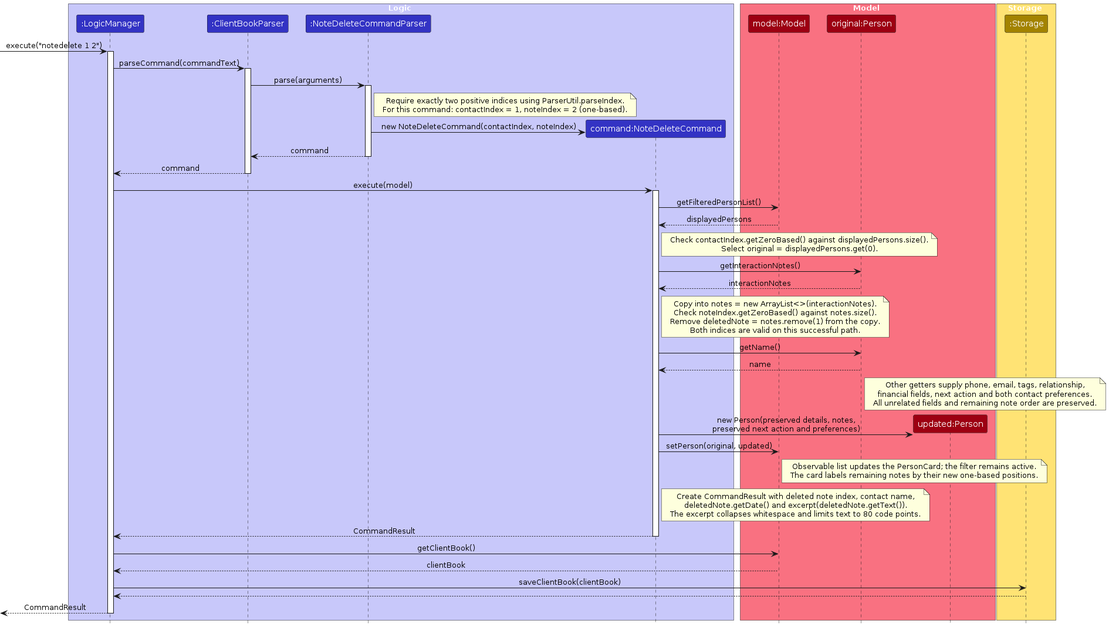
Earlier version of the PlantUML export diagrams/NoteDeleteSequenceDiagram.png (AY2627S1-CS2103T-F14a-4/tp). Its source is kept beside it as diagrams/NoteDeleteSequenceDiagram.puml.
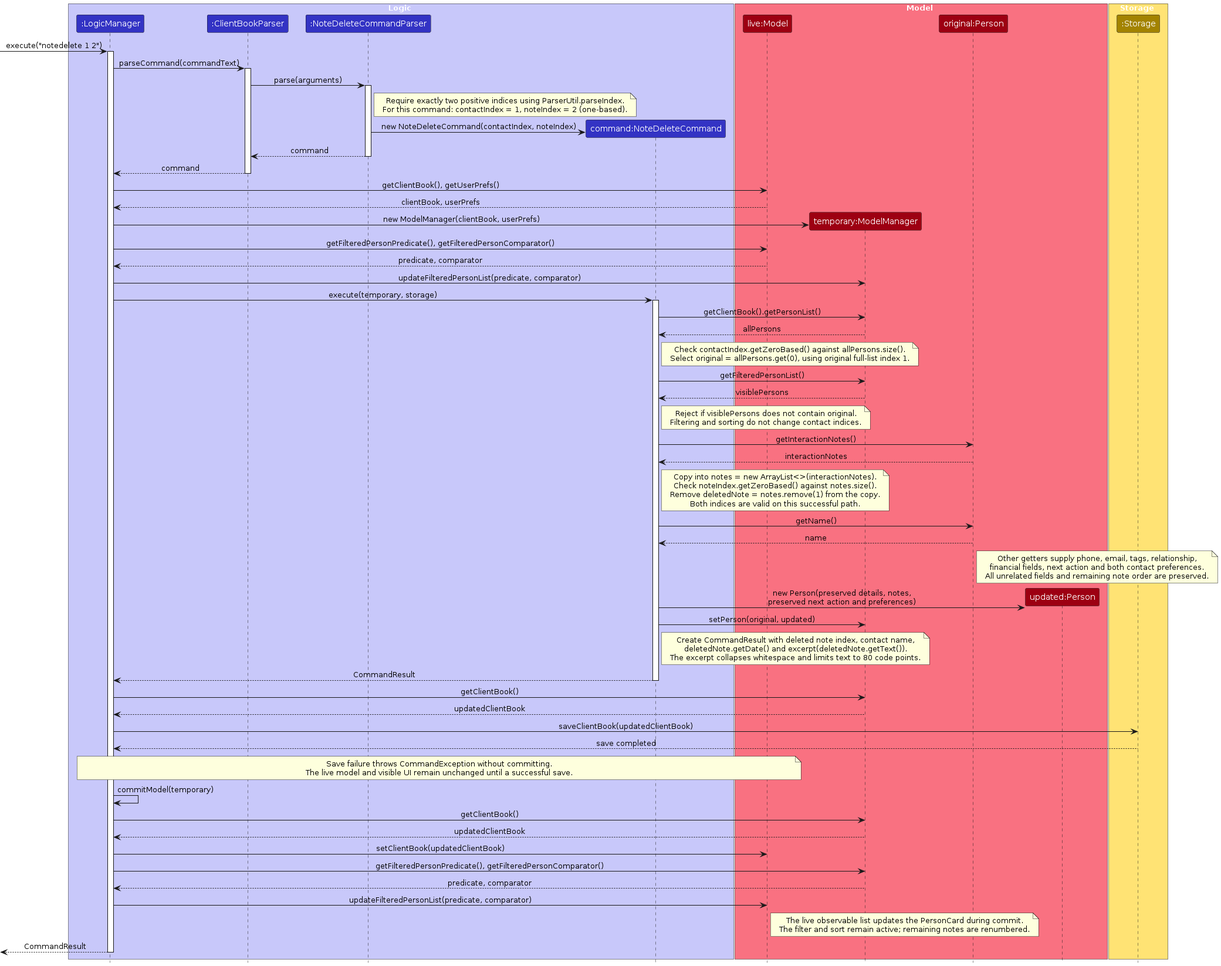
After the change.

What changed in the source:
```diff
@@ -10,7 +10,8 @@
 end box
 
 box Model MODEL_COLOR_T1
-participant "model:Model" as Model MODEL_COLOR
+participant "live:Model" as Live MODEL_COLOR
+participant "temporary:ModelManager" as Temp MODEL_COLOR
 participant "original:Person" as Original MODEL_COLOR
 participant "updated:Person" as Updated MODEL_COLOR
 end box
@@ -35,13 +36,26 @@
 deactivate NoteDeleteParser
 Parser --> Logic : command
 deactivate Parser
-Logic -> Command : execute(model)
+Logic -> Live : getClientBook(), getUserPrefs()
+Live --> Logic : clientBook, userPrefs
+create Temp
+Logic -> Temp : new ModelManager(clientBook, userPrefs)
+Logic -> Live : getFilteredPersonPredicate(), getFilteredPersonComparator()
+Live --> Logic : predicate, comparator
+Logic -> Temp : updateFilteredPersonList(predicate, comparator)
+Logic -> Command : execute(temporary, storage)
 activate Command
-Command -> Model : getFilteredPersonList()
-Model --> Command : displayedPersons
+Command -> Temp : getClientBook().getPersonList()
+Temp --> Command : allPersons
 note right of Command
-Check contactIndex.getZeroBased() against displayedPersons.size().
-Select original = displayedPersons.get(0).
+Check contactIndex.getZeroBased() against allPersons.size().
+Select original = allPersons.get(0), using original full-list index 1.
+end note
+Command -> Temp : getFilteredPersonList()
+Temp --> Command : visiblePersons
+note right of Command
+Reject if visiblePersons does not contain original.
+Filtering and sorting do not change contact indices.
 end note
 Command -> Original : getInteractionNotes()
 Original --> Command : interactionNotes
@@ -60,11 +74,7 @@
 end note
 create Updated
 Command -> Updated : new Person(preserved details, notes,\npreserved next action and preferences)
-Command -> Model : setPerson(original, updated)
-note right of Model
-Observable list updates the PersonCard; the filter remains active.
-The card labels remaining notes by their new one-based positions.
-end note
+Command -> Temp : setPerson(original, updated)
 note right of Command
 Create CommandResult with deleted note index, contact name,
 deletedNote.getDate() and excerpt(deletedNote.getText()).
@@ -72,10 +82,25 @@
 end note
 Command --> Logic : CommandResult
 deactivate Command
-Logic -> Model : getClientBook()
-Model --> Logic : clientBook
-Logic -> Storage : saveClientBook(clientBook)
-Storage --> Logic
+Logic -> Temp : getClientBook()
+Temp --> Logic : updatedClientBook
+Logic -> Storage : saveClientBook(updatedClientBook)
+Storage --> Logic : save completed
+note over Logic, Live
+Save failure throws CommandException without committing.
+The live model and visible UI remain unchanged until a successful save.
+end note
+Logic -> Logic : commitModel(temporary)
+Logic -> Temp : getClientBook()
+Temp --> Logic : updatedClientBook
+Logic -> Live : setClientBook(updatedClientBook)
+Logic -> Temp : getFilteredPersonPredicate(), getFilteredPersonComparator()
+Temp --> Logic : predicate, comparator
+Logic -> Live : updateFilteredPersonList(predicate, comparator)
+note right of Live
+The live observable list updates the PersonCard during commit.
+The filter and sort remain active; remaining notes are renumbered.
+end note
 [<-- Logic : CommandResult
 deactivate Logic
 @enduml
```
